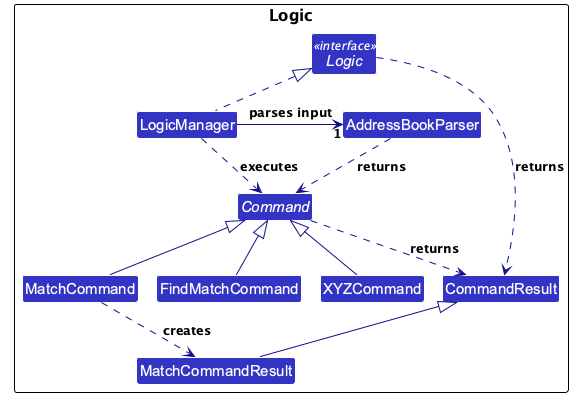
Above: docs/images/LogicClassDiagram.png in AY2627S1-CS2103T-W09-1/tp (PlantUML), before the change.
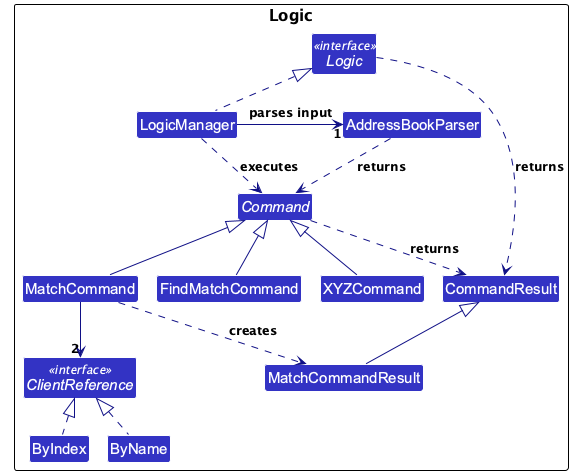
The same file after the commit.

Commit message:
Show UiPart, PersonCard and ClientReference in the DG

Diff of the diagram source:
```diff
@@ -16,6 +16,9 @@
 class FindMatchCommand
 class CommandResult
 class MatchCommandResult
+interface ClientReference <<interface>>
+class ByIndex
+class ByName
 }
 
 LogicManager .up.|> Logic
@@ -29,5 +32,8 @@
 FindMatchCommand -up-|> Command
 MatchCommandResult -up-|> CommandResult
 MatchCommand ..> MatchCommandResult : creates
+MatchCommand -down-> "2" ClientReference
+ByIndex .up.|> ClientReference
+ByName .up.|> ClientReference
 
 @enduml
```
